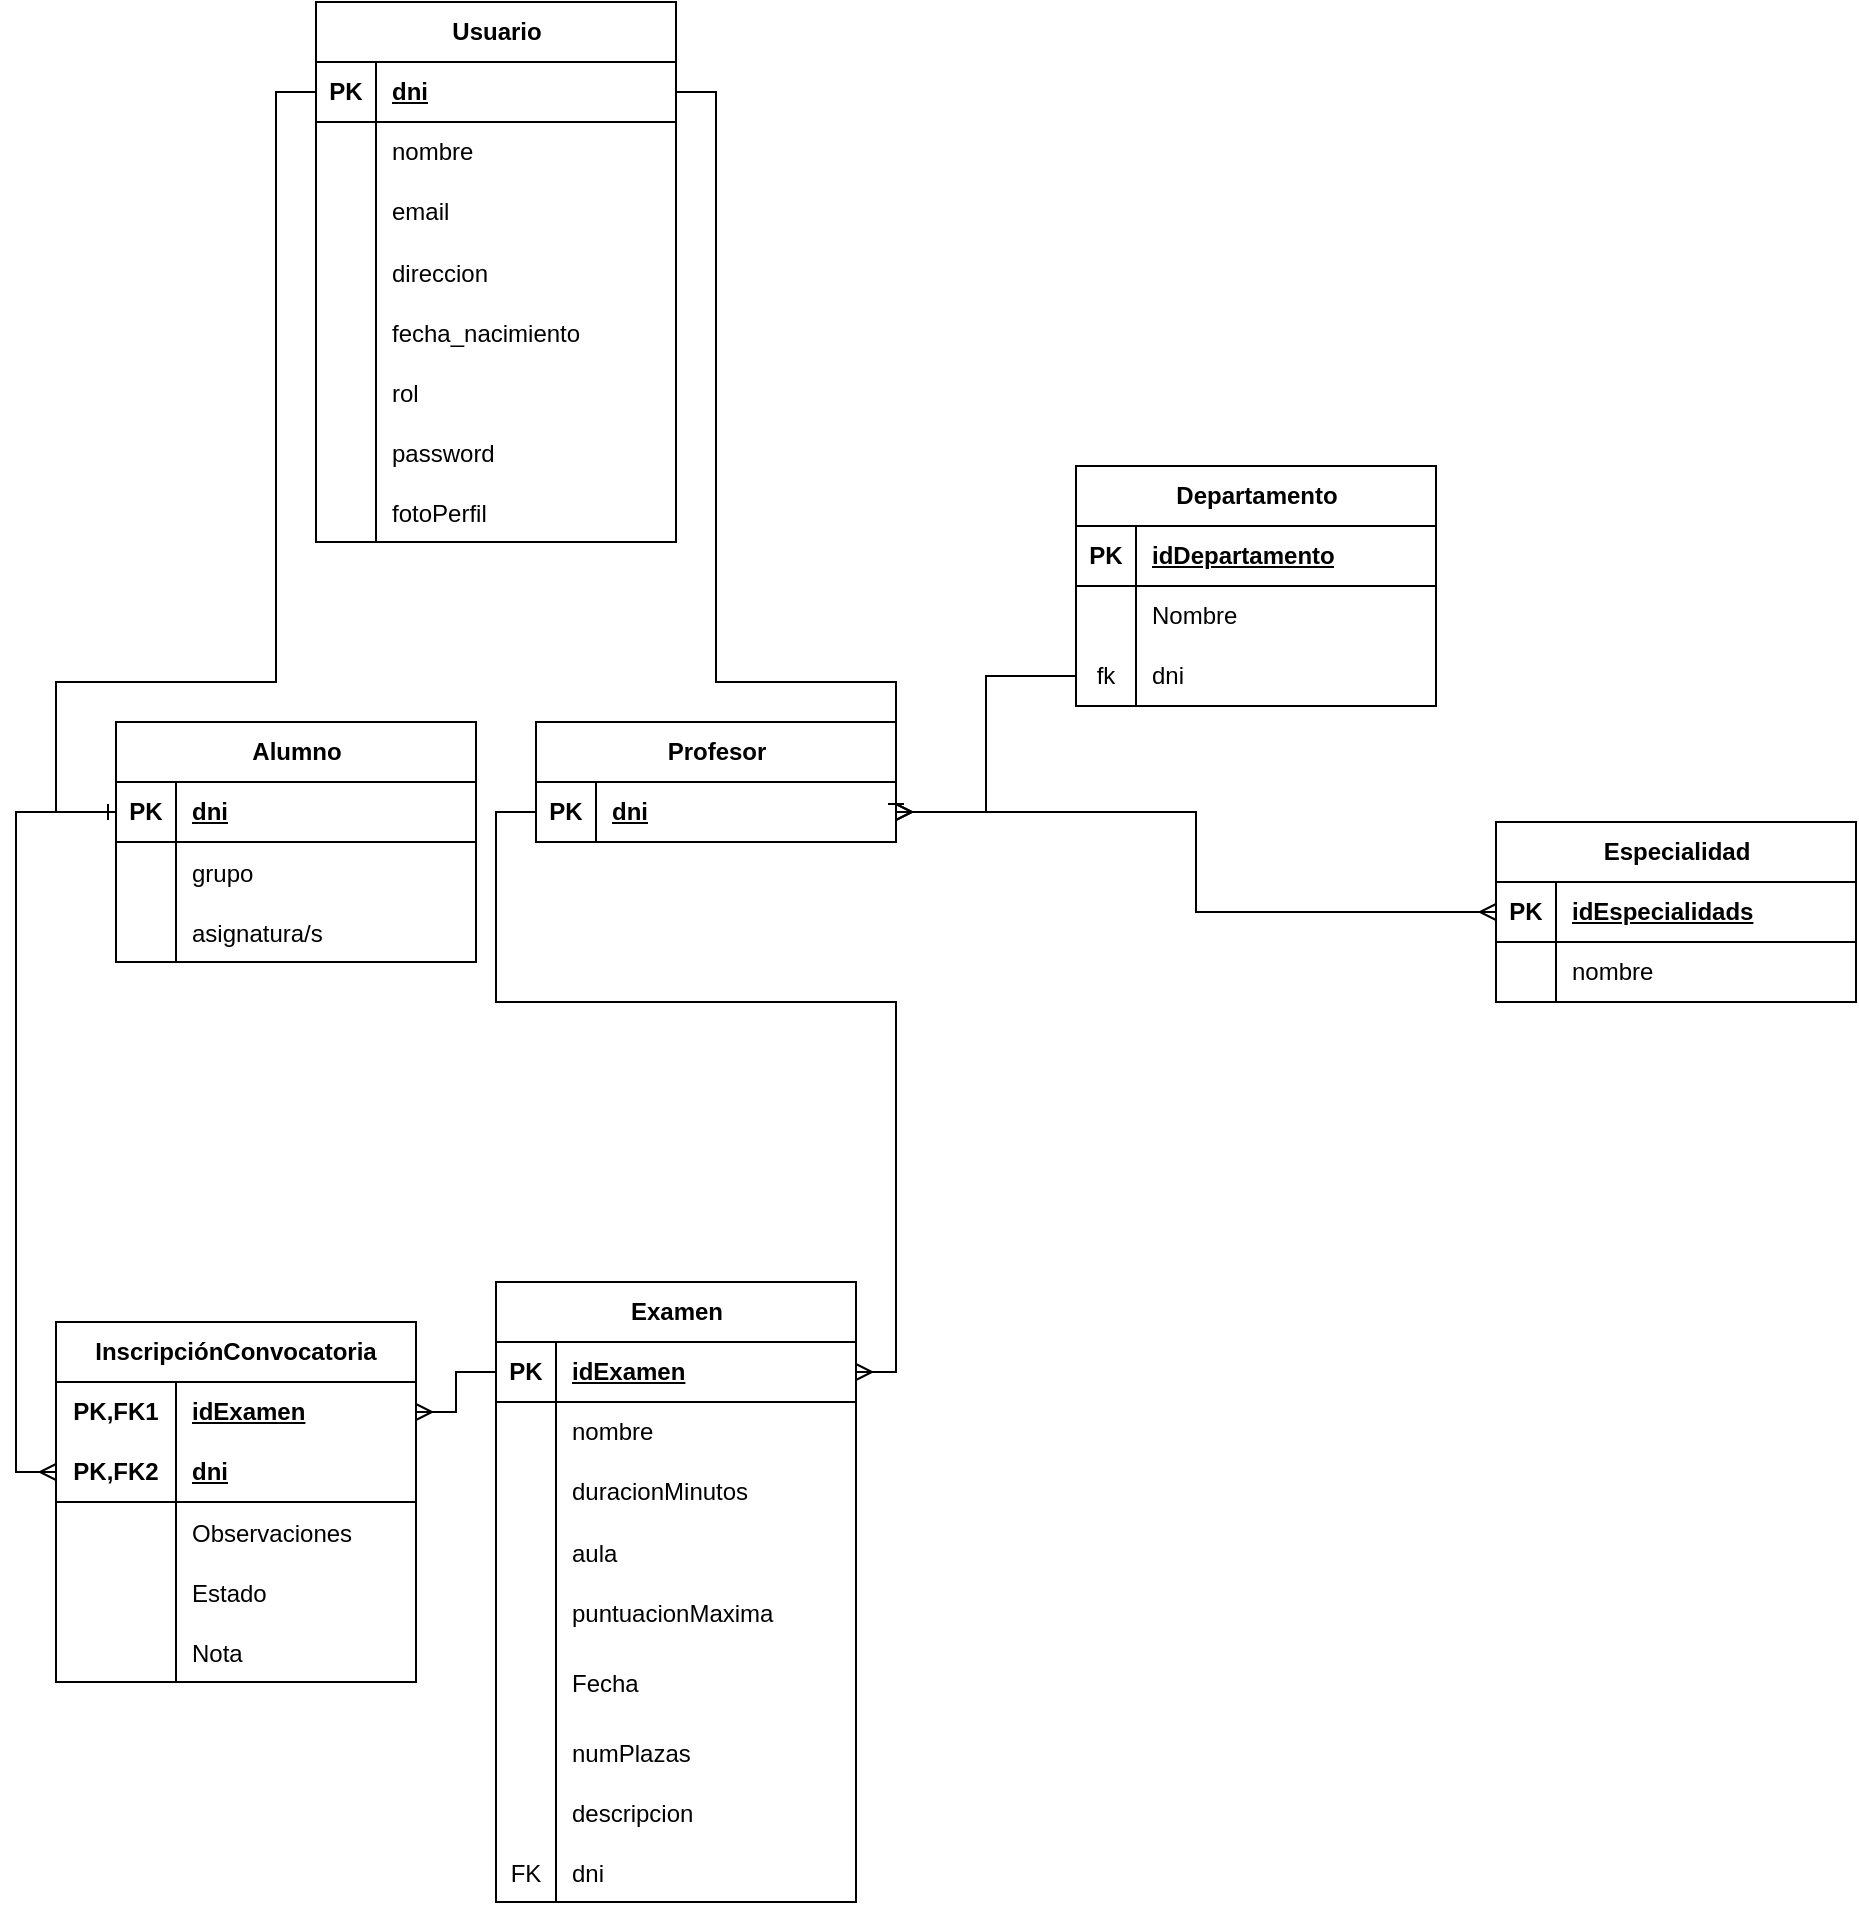
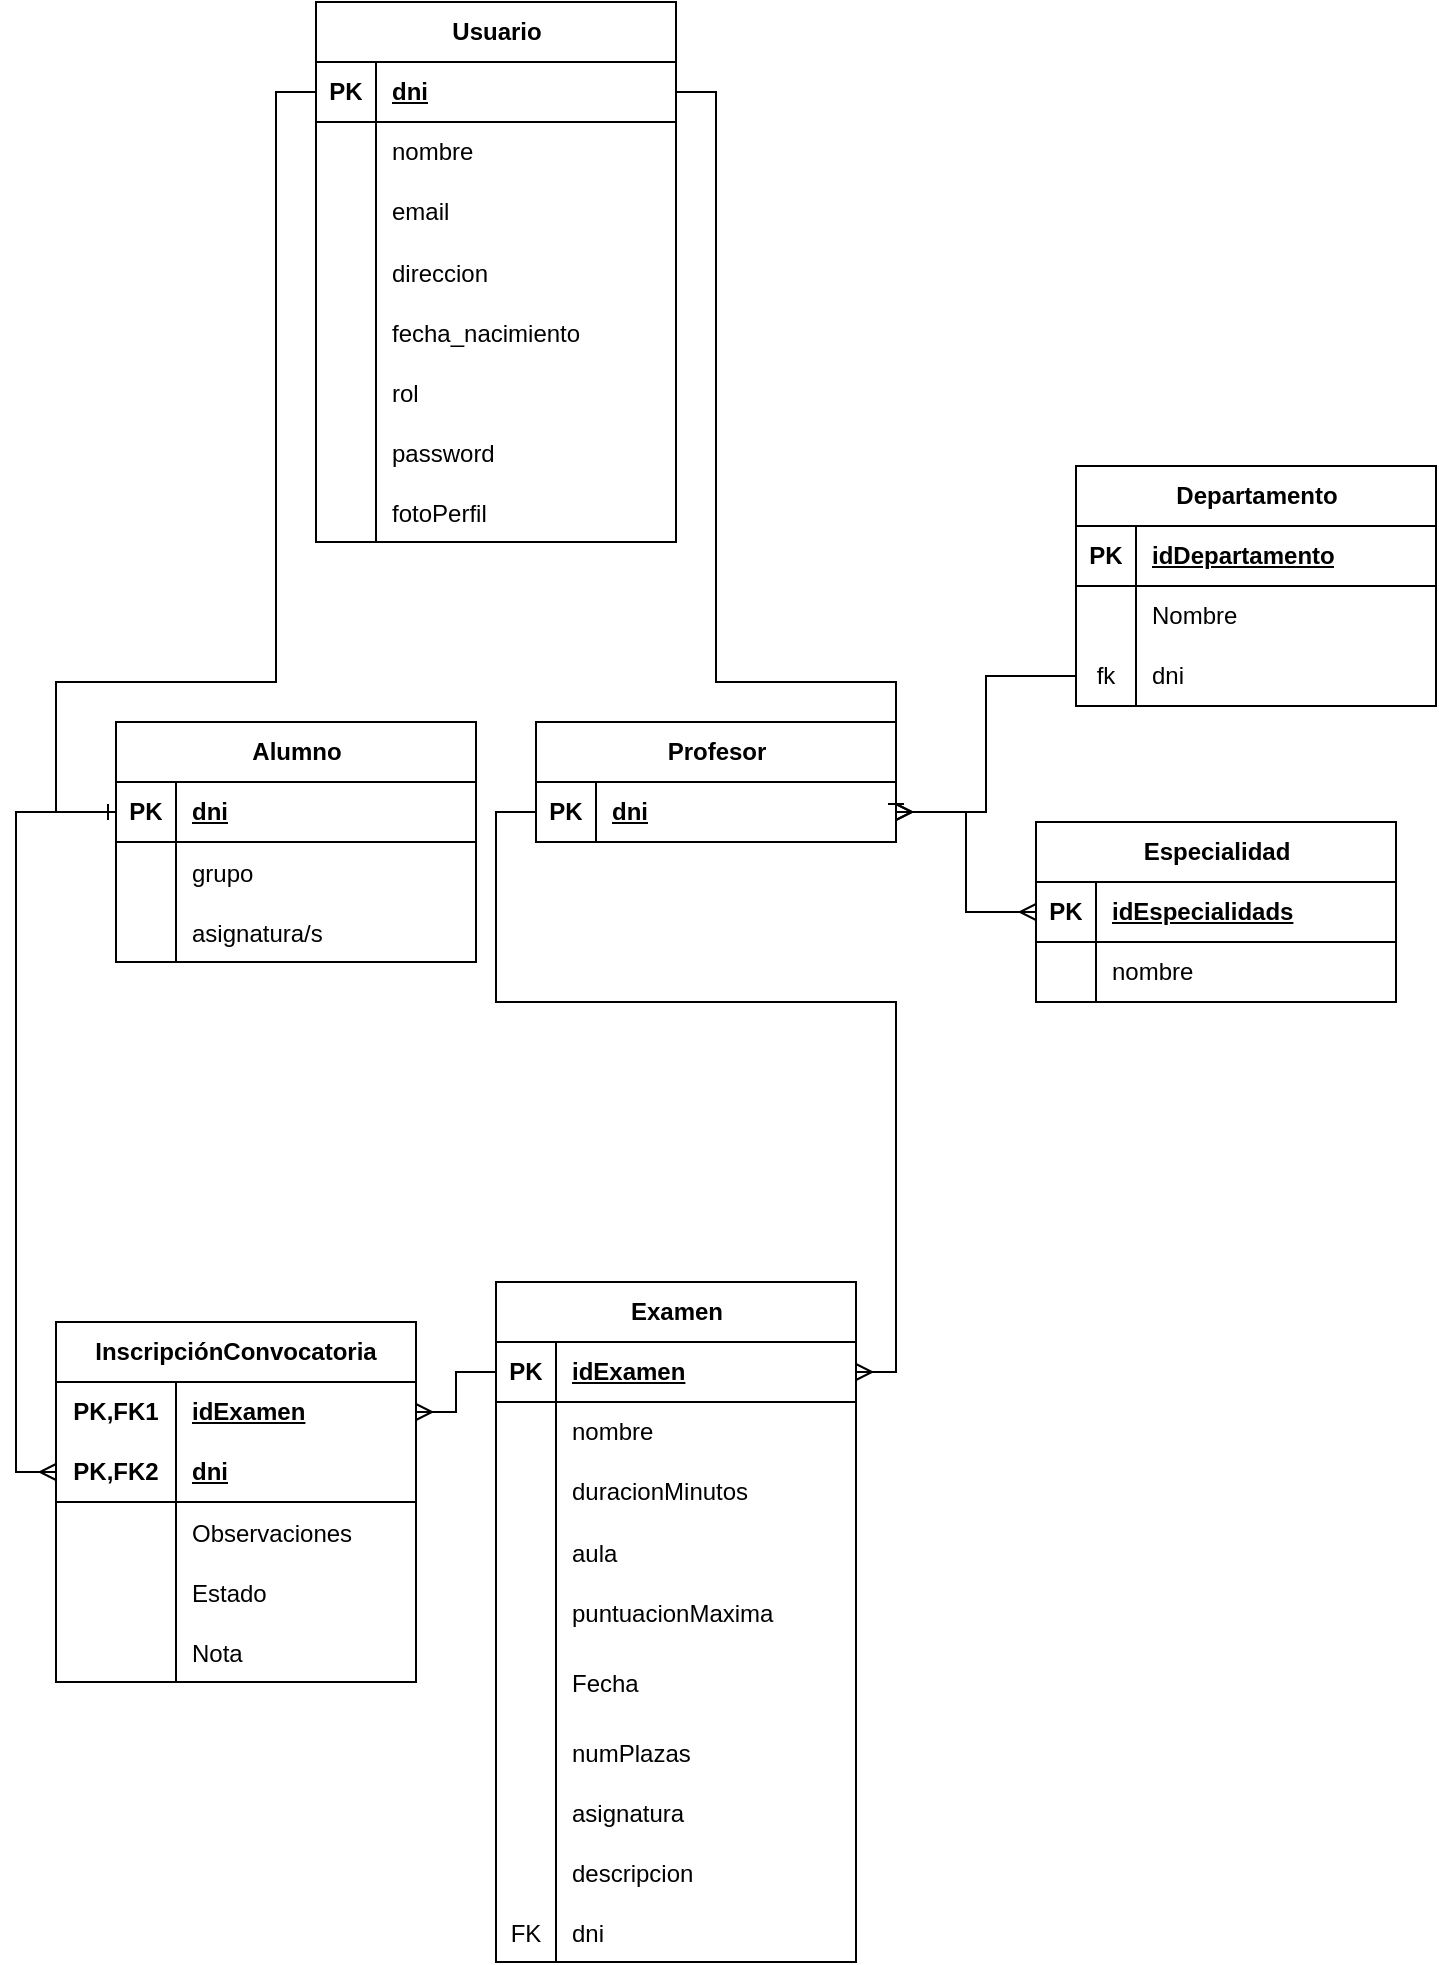
<mxfile host="Electron" agent="Mozilla/5.0 (Windows NT 10.0; Win64; x64) AppleWebKit/537.36 (KHTML, like Gecko) draw.io/29.6.6 Chrome/144.0.7559.236 Electron/40.8.4 Safari/537.36" version="29.6.6">
  <diagram name="Page-1" id="dYO-ddt7ie_Nl0yzLC1a">
-     <mxGraphModel dx="1584" dy="981" grid="1" gridSize="10" guides="1" tooltips="1" connect="1" arrows="1" fold="1" page="1" pageScale="1" pageWidth="2000" pageHeight="2000" math="0" shadow="0">
+     <mxGraphModel dx="779" dy="963" grid="1" gridSize="10" guides="1" tooltips="1" connect="1" arrows="1" fold="1" page="1" pageScale="1" pageWidth="2000" pageHeight="2000" math="0" shadow="0">
      <root>
        <mxCell id="0" />
        <mxCell id="1" parent="0" />
        <mxCell id="7ocu6WVE3d1pCKjjpxMC-1" parent="1" style="shape=table;startSize=30;container=1;collapsible=1;childLayout=tableLayout;fixedRows=1;rowLines=0;fontStyle=1;align=center;resizeLast=1;html=1;" value="Examen" vertex="1">
-           <mxGeometry height="310" width="180" x="820" y="740" as="geometry" />
+           <mxGeometry height="340" width="180" x="820" y="740" as="geometry" />
        </mxCell>
        <mxCell id="7ocu6WVE3d1pCKjjpxMC-2" parent="7ocu6WVE3d1pCKjjpxMC-1" style="shape=tableRow;horizontal=0;startSize=0;swimlaneHead=0;swimlaneBody=0;fillColor=none;collapsible=0;dropTarget=0;points=[[0,0.5],[1,0.5]];portConstraint=eastwest;top=0;left=0;right=0;bottom=1;" value="" vertex="1">
          <mxGeometry height="30" width="180" y="30" as="geometry" />
        </mxCell>
        <mxCell id="7ocu6WVE3d1pCKjjpxMC-3" parent="7ocu6WVE3d1pCKjjpxMC-2" style="shape=partialRectangle;connectable=0;fillColor=none;top=0;left=0;bottom=0;right=0;fontStyle=1;overflow=hidden;whiteSpace=wrap;html=1;" value="PK" vertex="1">
          <mxGeometry height="30" width="30" as="geometry">
            <mxRectangle height="30" width="30" as="alternateBounds" />
          </mxGeometry>
        </mxCell>
        <mxCell id="7ocu6WVE3d1pCKjjpxMC-4" parent="7ocu6WVE3d1pCKjjpxMC-2" style="shape=partialRectangle;connectable=0;fillColor=none;top=0;left=0;bottom=0;right=0;align=left;spacingLeft=6;fontStyle=5;overflow=hidden;whiteSpace=wrap;html=1;" value="idExamen" vertex="1">
          <mxGeometry height="30" width="150" x="30" as="geometry">
            <mxRectangle height="30" width="150" as="alternateBounds" />
          </mxGeometry>
        </mxCell>
        <mxCell id="7ocu6WVE3d1pCKjjpxMC-5" parent="7ocu6WVE3d1pCKjjpxMC-1" style="shape=tableRow;horizontal=0;startSize=0;swimlaneHead=0;swimlaneBody=0;fillColor=none;collapsible=0;dropTarget=0;points=[[0,0.5],[1,0.5]];portConstraint=eastwest;top=0;left=0;right=0;bottom=0;" value="" vertex="1">
          <mxGeometry height="30" width="180" y="60" as="geometry" />
        </mxCell>
        <mxCell id="7ocu6WVE3d1pCKjjpxMC-6" parent="7ocu6WVE3d1pCKjjpxMC-5" style="shape=partialRectangle;connectable=0;fillColor=none;top=0;left=0;bottom=0;right=0;editable=1;overflow=hidden;whiteSpace=wrap;html=1;" value="" vertex="1">
          <mxGeometry height="30" width="30" as="geometry">
            <mxRectangle height="30" width="30" as="alternateBounds" />
          </mxGeometry>
        </mxCell>
        <mxCell id="7ocu6WVE3d1pCKjjpxMC-7" parent="7ocu6WVE3d1pCKjjpxMC-5" style="shape=partialRectangle;connectable=0;fillColor=none;top=0;left=0;bottom=0;right=0;align=left;spacingLeft=6;overflow=hidden;whiteSpace=wrap;html=1;" value="nombre" vertex="1">
          <mxGeometry height="30" width="150" x="30" as="geometry">
            <mxRectangle height="30" width="150" as="alternateBounds" />
          </mxGeometry>
        </mxCell>
        <mxCell id="7ocu6WVE3d1pCKjjpxMC-11" parent="7ocu6WVE3d1pCKjjpxMC-1" style="shape=tableRow;horizontal=0;startSize=0;swimlaneHead=0;swimlaneBody=0;fillColor=none;collapsible=0;dropTarget=0;points=[[0,0.5],[1,0.5]];portConstraint=eastwest;top=0;left=0;right=0;bottom=0;" value="" vertex="1">
          <mxGeometry height="30" width="180" y="90" as="geometry" />
        </mxCell>
        <mxCell id="7ocu6WVE3d1pCKjjpxMC-12" parent="7ocu6WVE3d1pCKjjpxMC-11" style="shape=partialRectangle;connectable=0;fillColor=none;top=0;left=0;bottom=0;right=0;editable=1;overflow=hidden;whiteSpace=wrap;html=1;" value="" vertex="1">
          <mxGeometry height="30" width="30" as="geometry">
            <mxRectangle height="30" width="30" as="alternateBounds" />
          </mxGeometry>
        </mxCell>
        <mxCell id="7ocu6WVE3d1pCKjjpxMC-13" parent="7ocu6WVE3d1pCKjjpxMC-11" style="shape=partialRectangle;connectable=0;fillColor=none;top=0;left=0;bottom=0;right=0;align=left;spacingLeft=6;overflow=hidden;whiteSpace=wrap;html=1;" value="duracionMinutos" vertex="1">
          <mxGeometry height="30" width="150" x="30" as="geometry">
            <mxRectangle height="30" width="150" as="alternateBounds" />
          </mxGeometry>
        </mxCell>
        <mxCell id="uvC4rZMTxU2wUTEsViZM-7" parent="7ocu6WVE3d1pCKjjpxMC-1" style="shape=tableRow;horizontal=0;startSize=0;swimlaneHead=0;swimlaneBody=0;fillColor=none;collapsible=0;dropTarget=0;points=[[0,0.5],[1,0.5]];portConstraint=eastwest;top=0;left=0;right=0;bottom=0;" value="" vertex="1">
          <mxGeometry height="30" width="180" y="120" as="geometry" />
        </mxCell>
        <mxCell id="uvC4rZMTxU2wUTEsViZM-8" parent="uvC4rZMTxU2wUTEsViZM-7" style="shape=partialRectangle;connectable=0;fillColor=none;top=0;left=0;bottom=0;right=0;editable=1;overflow=hidden;" value="" vertex="1">
          <mxGeometry height="30" width="30" as="geometry">
            <mxRectangle height="30" width="30" as="alternateBounds" />
          </mxGeometry>
        </mxCell>
        <mxCell id="uvC4rZMTxU2wUTEsViZM-9" parent="uvC4rZMTxU2wUTEsViZM-7" style="shape=partialRectangle;connectable=0;fillColor=none;top=0;left=0;bottom=0;right=0;align=left;spacingLeft=6;overflow=hidden;" value="aula" vertex="1">
          <mxGeometry height="30" width="150" x="30" as="geometry">
            <mxRectangle height="30" width="150" as="alternateBounds" />
          </mxGeometry>
        </mxCell>
        <mxCell id="7ocu6WVE3d1pCKjjpxMC-14" parent="7ocu6WVE3d1pCKjjpxMC-1" style="shape=tableRow;horizontal=0;startSize=0;swimlaneHead=0;swimlaneBody=0;fillColor=none;collapsible=0;dropTarget=0;points=[[0,0.5],[1,0.5]];portConstraint=eastwest;top=0;left=0;right=0;bottom=0;" value="" vertex="1">
          <mxGeometry height="30" width="180" y="150" as="geometry" />
        </mxCell>
        <mxCell id="7ocu6WVE3d1pCKjjpxMC-15" parent="7ocu6WVE3d1pCKjjpxMC-14" style="shape=partialRectangle;connectable=0;fillColor=none;top=0;left=0;bottom=0;right=0;editable=1;overflow=hidden;" value="" vertex="1">
          <mxGeometry height="30" width="30" as="geometry">
            <mxRectangle height="30" width="30" as="alternateBounds" />
          </mxGeometry>
        </mxCell>
        <mxCell id="7ocu6WVE3d1pCKjjpxMC-16" parent="7ocu6WVE3d1pCKjjpxMC-14" style="shape=partialRectangle;connectable=0;fillColor=none;top=0;left=0;bottom=0;right=0;align=left;spacingLeft=6;overflow=hidden;" value="puntuacionMaxima" vertex="1">
          <mxGeometry height="30" width="150" x="30" as="geometry">
            <mxRectangle height="30" width="150" as="alternateBounds" />
          </mxGeometry>
        </mxCell>
        <mxCell id="7ocu6WVE3d1pCKjjpxMC-17" parent="7ocu6WVE3d1pCKjjpxMC-1" style="shape=tableRow;horizontal=0;startSize=0;swimlaneHead=0;swimlaneBody=0;fillColor=none;collapsible=0;dropTarget=0;points=[[0,0.5],[1,0.5]];portConstraint=eastwest;top=0;left=0;right=0;bottom=0;" value="" vertex="1">
          <mxGeometry height="40" width="180" y="180" as="geometry" />
        </mxCell>
        <mxCell id="7ocu6WVE3d1pCKjjpxMC-18" parent="7ocu6WVE3d1pCKjjpxMC-17" style="shape=partialRectangle;connectable=0;fillColor=none;top=0;left=0;bottom=0;right=0;editable=1;overflow=hidden;" value="" vertex="1">
          <mxGeometry height="40" width="30" as="geometry">
            <mxRectangle height="40" width="30" as="alternateBounds" />
          </mxGeometry>
        </mxCell>
        <mxCell id="7ocu6WVE3d1pCKjjpxMC-19" parent="7ocu6WVE3d1pCKjjpxMC-17" style="shape=partialRectangle;connectable=0;fillColor=none;top=0;left=0;bottom=0;right=0;align=left;spacingLeft=6;overflow=hidden;" value="Fecha" vertex="1">
          <mxGeometry height="40" width="150" x="30" as="geometry">
            <mxRectangle height="40" width="150" as="alternateBounds" />
          </mxGeometry>
        </mxCell>
        <mxCell id="uvC4rZMTxU2wUTEsViZM-15" parent="7ocu6WVE3d1pCKjjpxMC-1" style="shape=tableRow;horizontal=0;startSize=0;swimlaneHead=0;swimlaneBody=0;fillColor=none;collapsible=0;dropTarget=0;points=[[0,0.5],[1,0.5]];portConstraint=eastwest;top=0;left=0;right=0;bottom=0;" value="" vertex="1">
          <mxGeometry height="30" width="180" y="220" as="geometry" />
        </mxCell>
        <mxCell id="uvC4rZMTxU2wUTEsViZM-16" parent="uvC4rZMTxU2wUTEsViZM-15" style="shape=partialRectangle;connectable=0;fillColor=none;top=0;left=0;bottom=0;right=0;editable=1;overflow=hidden;" value="" vertex="1">
          <mxGeometry height="30" width="30" as="geometry">
            <mxRectangle height="30" width="30" as="alternateBounds" />
          </mxGeometry>
        </mxCell>
        <mxCell id="uvC4rZMTxU2wUTEsViZM-17" parent="uvC4rZMTxU2wUTEsViZM-15" style="shape=partialRectangle;connectable=0;fillColor=none;top=0;left=0;bottom=0;right=0;align=left;spacingLeft=6;overflow=hidden;" value="numPlazas" vertex="1">
          <mxGeometry height="30" width="150" x="30" as="geometry">
            <mxRectangle height="30" width="150" as="alternateBounds" />
          </mxGeometry>
        </mxCell>
+         <mxCell id="OugPKNWYor6GMOIcfPqf-41" parent="7ocu6WVE3d1pCKjjpxMC-1" style="shape=tableRow;horizontal=0;startSize=0;swimlaneHead=0;swimlaneBody=0;fillColor=none;collapsible=0;dropTarget=0;points=[[0,0.5],[1,0.5]];portConstraint=eastwest;top=0;left=0;right=0;bottom=0;" value="" vertex="1">
+           <mxGeometry height="30" width="180" y="250" as="geometry" />
+         </mxCell>
+         <mxCell id="OugPKNWYor6GMOIcfPqf-42" parent="OugPKNWYor6GMOIcfPqf-41" style="shape=partialRectangle;connectable=0;fillColor=none;top=0;left=0;bottom=0;right=0;editable=1;overflow=hidden;" value="" vertex="1">
+           <mxGeometry height="30" width="30" as="geometry">
+             <mxRectangle height="30" width="30" as="alternateBounds" />
+           </mxGeometry>
+         </mxCell>
+         <mxCell id="OugPKNWYor6GMOIcfPqf-43" parent="OugPKNWYor6GMOIcfPqf-41" style="shape=partialRectangle;connectable=0;fillColor=none;top=0;left=0;bottom=0;right=0;align=left;spacingLeft=6;overflow=hidden;" value="asignatura" vertex="1">
+           <mxGeometry height="30" width="150" x="30" as="geometry">
+             <mxRectangle height="30" width="150" as="alternateBounds" />
+           </mxGeometry>
+         </mxCell>
        <mxCell id="4-CCKCk8GXyzabbzSnG_-1" parent="7ocu6WVE3d1pCKjjpxMC-1" style="shape=tableRow;horizontal=0;startSize=0;swimlaneHead=0;swimlaneBody=0;fillColor=none;collapsible=0;dropTarget=0;points=[[0,0.5],[1,0.5]];portConstraint=eastwest;top=0;left=0;right=0;bottom=0;" value="" vertex="1">
-           <mxGeometry height="30" width="180" y="250" as="geometry" />
+           <mxGeometry height="30" width="180" y="280" as="geometry" />
        </mxCell>
        <mxCell id="4-CCKCk8GXyzabbzSnG_-2" parent="4-CCKCk8GXyzabbzSnG_-1" style="shape=partialRectangle;connectable=0;fillColor=none;top=0;left=0;bottom=0;right=0;editable=1;overflow=hidden;" value="" vertex="1">
          <mxGeometry height="30" width="30" as="geometry">
            <mxRectangle height="30" width="30" as="alternateBounds" />
          </mxGeometry>
        </mxCell>
        <mxCell id="4-CCKCk8GXyzabbzSnG_-3" parent="4-CCKCk8GXyzabbzSnG_-1" style="shape=partialRectangle;connectable=0;fillColor=none;top=0;left=0;bottom=0;right=0;align=left;spacingLeft=6;overflow=hidden;" value="descripcion" vertex="1">
          <mxGeometry height="30" width="150" x="30" as="geometry">
            <mxRectangle height="30" width="150" as="alternateBounds" />
          </mxGeometry>
        </mxCell>
        <mxCell id="7ocu6WVE3d1pCKjjpxMC-95" parent="7ocu6WVE3d1pCKjjpxMC-1" style="shape=tableRow;horizontal=0;startSize=0;swimlaneHead=0;swimlaneBody=0;fillColor=none;collapsible=0;dropTarget=0;points=[[0,0.5],[1,0.5]];portConstraint=eastwest;top=0;left=0;right=0;bottom=0;" value="" vertex="1">
-           <mxGeometry height="30" width="180" y="280" as="geometry" />
+           <mxGeometry height="30" width="180" y="310" as="geometry" />
        </mxCell>
        <mxCell id="7ocu6WVE3d1pCKjjpxMC-96" parent="7ocu6WVE3d1pCKjjpxMC-95" style="shape=partialRectangle;connectable=0;fillColor=none;top=0;left=0;bottom=0;right=0;editable=1;overflow=hidden;" value="FK" vertex="1">
          <mxGeometry height="30" width="30" as="geometry">
            <mxRectangle height="30" width="30" as="alternateBounds" />
          </mxGeometry>
        </mxCell>
        <mxCell id="7ocu6WVE3d1pCKjjpxMC-97" parent="7ocu6WVE3d1pCKjjpxMC-95" style="shape=partialRectangle;connectable=0;fillColor=none;top=0;left=0;bottom=0;right=0;align=left;spacingLeft=6;overflow=hidden;" value="dni" vertex="1">
          <mxGeometry height="30" width="150" x="30" as="geometry">
            <mxRectangle height="30" width="150" as="alternateBounds" />
          </mxGeometry>
        </mxCell>
        <mxCell id="7ocu6WVE3d1pCKjjpxMC-23" parent="1" style="shape=table;startSize=30;container=1;collapsible=1;childLayout=tableLayout;fixedRows=1;rowLines=0;fontStyle=1;align=center;resizeLast=1;html=1;" value="Alumno" vertex="1">
          <mxGeometry height="120" width="180" x="630" y="460" as="geometry" />
        </mxCell>
        <mxCell id="7ocu6WVE3d1pCKjjpxMC-24" parent="7ocu6WVE3d1pCKjjpxMC-23" style="shape=tableRow;horizontal=0;startSize=0;swimlaneHead=0;swimlaneBody=0;fillColor=none;collapsible=0;dropTarget=0;points=[[0,0.5],[1,0.5]];portConstraint=eastwest;top=0;left=0;right=0;bottom=1;" value="" vertex="1">
          <mxGeometry height="30" width="180" y="30" as="geometry" />
        </mxCell>
        <mxCell id="7ocu6WVE3d1pCKjjpxMC-25" parent="7ocu6WVE3d1pCKjjpxMC-24" style="shape=partialRectangle;connectable=0;fillColor=none;top=0;left=0;bottom=0;right=0;fontStyle=1;overflow=hidden;whiteSpace=wrap;html=1;" value="PK" vertex="1">
          <mxGeometry height="30" width="30" as="geometry">
            <mxRectangle height="30" width="30" as="alternateBounds" />
          </mxGeometry>
        </mxCell>
        <mxCell id="7ocu6WVE3d1pCKjjpxMC-26" parent="7ocu6WVE3d1pCKjjpxMC-24" style="shape=partialRectangle;connectable=0;fillColor=none;top=0;left=0;bottom=0;right=0;align=left;spacingLeft=6;fontStyle=5;overflow=hidden;whiteSpace=wrap;html=1;" value="dni" vertex="1">
          <mxGeometry height="30" width="150" x="30" as="geometry">
            <mxRectangle height="30" width="150" as="alternateBounds" />
          </mxGeometry>
        </mxCell>
        <mxCell id="7ocu6WVE3d1pCKjjpxMC-36" parent="7ocu6WVE3d1pCKjjpxMC-23" style="shape=tableRow;horizontal=0;startSize=0;swimlaneHead=0;swimlaneBody=0;fillColor=none;collapsible=0;dropTarget=0;points=[[0,0.5],[1,0.5]];portConstraint=eastwest;top=0;left=0;right=0;bottom=0;" value="" vertex="1">
          <mxGeometry height="30" width="180" y="60" as="geometry" />
        </mxCell>
        <mxCell id="7ocu6WVE3d1pCKjjpxMC-37" parent="7ocu6WVE3d1pCKjjpxMC-36" style="shape=partialRectangle;connectable=0;fillColor=none;top=0;left=0;bottom=0;right=0;editable=1;overflow=hidden;" value="" vertex="1">
          <mxGeometry height="30" width="30" as="geometry">
            <mxRectangle height="30" width="30" as="alternateBounds" />
          </mxGeometry>
        </mxCell>
        <mxCell id="7ocu6WVE3d1pCKjjpxMC-38" parent="7ocu6WVE3d1pCKjjpxMC-36" style="shape=partialRectangle;connectable=0;fillColor=none;top=0;left=0;bottom=0;right=0;align=left;spacingLeft=6;overflow=hidden;" value="grupo" vertex="1">
          <mxGeometry height="30" width="150" x="30" as="geometry">
            <mxRectangle height="30" width="150" as="alternateBounds" />
          </mxGeometry>
        </mxCell>
        <mxCell id="0DknFnAyPK1vhAunHpRt-1" parent="7ocu6WVE3d1pCKjjpxMC-23" style="shape=tableRow;horizontal=0;startSize=0;swimlaneHead=0;swimlaneBody=0;fillColor=none;collapsible=0;dropTarget=0;points=[[0,0.5],[1,0.5]];portConstraint=eastwest;top=0;left=0;right=0;bottom=0;" value="" vertex="1">
          <mxGeometry height="30" width="180" y="90" as="geometry" />
        </mxCell>
        <mxCell id="0DknFnAyPK1vhAunHpRt-2" parent="0DknFnAyPK1vhAunHpRt-1" style="shape=partialRectangle;connectable=0;fillColor=none;top=0;left=0;bottom=0;right=0;editable=1;overflow=hidden;" value="" vertex="1">
          <mxGeometry height="30" width="30" as="geometry">
            <mxRectangle height="30" width="30" as="alternateBounds" />
          </mxGeometry>
        </mxCell>
        <mxCell id="0DknFnAyPK1vhAunHpRt-3" parent="0DknFnAyPK1vhAunHpRt-1" style="shape=partialRectangle;connectable=0;fillColor=none;top=0;left=0;bottom=0;right=0;align=left;spacingLeft=6;overflow=hidden;" value="asignatura/s" vertex="1">
          <mxGeometry height="30" width="150" x="30" as="geometry">
            <mxRectangle height="30" width="150" as="alternateBounds" />
          </mxGeometry>
        </mxCell>
        <mxCell id="7ocu6WVE3d1pCKjjpxMC-39" parent="1" style="shape=table;startSize=30;container=1;collapsible=1;childLayout=tableLayout;fixedRows=1;rowLines=0;fontStyle=1;align=center;resizeLast=1;html=1;" value="Profesor" vertex="1">
          <mxGeometry height="60" width="180" x="840" y="460" as="geometry" />
        </mxCell>
        <mxCell id="7ocu6WVE3d1pCKjjpxMC-40" parent="7ocu6WVE3d1pCKjjpxMC-39" style="shape=tableRow;horizontal=0;startSize=0;swimlaneHead=0;swimlaneBody=0;fillColor=none;collapsible=0;dropTarget=0;points=[[0,0.5],[1,0.5]];portConstraint=eastwest;top=0;left=0;right=0;bottom=1;" value="" vertex="1">
          <mxGeometry height="30" width="180" y="30" as="geometry" />
        </mxCell>
        <mxCell id="7ocu6WVE3d1pCKjjpxMC-41" parent="7ocu6WVE3d1pCKjjpxMC-40" style="shape=partialRectangle;connectable=0;fillColor=none;top=0;left=0;bottom=0;right=0;fontStyle=1;overflow=hidden;whiteSpace=wrap;html=1;" value="PK" vertex="1">
          <mxGeometry height="30" width="30" as="geometry">
            <mxRectangle height="30" width="30" as="alternateBounds" />
          </mxGeometry>
        </mxCell>
        <mxCell id="7ocu6WVE3d1pCKjjpxMC-42" parent="7ocu6WVE3d1pCKjjpxMC-40" style="shape=partialRectangle;connectable=0;fillColor=none;top=0;left=0;bottom=0;right=0;align=left;spacingLeft=6;fontStyle=5;overflow=hidden;whiteSpace=wrap;html=1;" value="dni" vertex="1">
          <mxGeometry height="30" width="150" x="30" as="geometry">
            <mxRectangle height="30" width="150" as="alternateBounds" />
          </mxGeometry>
        </mxCell>
        <mxCell id="7ocu6WVE3d1pCKjjpxMC-52" parent="1" style="shape=table;startSize=30;container=1;collapsible=1;childLayout=tableLayout;fixedRows=1;rowLines=0;fontStyle=1;align=center;resizeLast=1;html=1;" value="Usuario" vertex="1">
          <mxGeometry height="270" width="180" x="730" y="100" as="geometry" />
        </mxCell>
        <mxCell id="7ocu6WVE3d1pCKjjpxMC-53" parent="7ocu6WVE3d1pCKjjpxMC-52" style="shape=tableRow;horizontal=0;startSize=0;swimlaneHead=0;swimlaneBody=0;fillColor=none;collapsible=0;dropTarget=0;points=[[0,0.5],[1,0.5]];portConstraint=eastwest;top=0;left=0;right=0;bottom=1;" value="" vertex="1">
          <mxGeometry height="30" width="180" y="30" as="geometry" />
        </mxCell>
        <mxCell id="7ocu6WVE3d1pCKjjpxMC-54" parent="7ocu6WVE3d1pCKjjpxMC-53" style="shape=partialRectangle;connectable=0;fillColor=none;top=0;left=0;bottom=0;right=0;fontStyle=1;overflow=hidden;whiteSpace=wrap;html=1;" value="PK" vertex="1">
          <mxGeometry height="30" width="30" as="geometry">
            <mxRectangle height="30" width="30" as="alternateBounds" />
          </mxGeometry>
        </mxCell>
        <mxCell id="7ocu6WVE3d1pCKjjpxMC-55" parent="7ocu6WVE3d1pCKjjpxMC-53" style="shape=partialRectangle;connectable=0;fillColor=none;top=0;left=0;bottom=0;right=0;align=left;spacingLeft=6;fontStyle=5;overflow=hidden;whiteSpace=wrap;html=1;" value="dni" vertex="1">
          <mxGeometry height="30" width="150" x="30" as="geometry">
            <mxRectangle height="30" width="150" as="alternateBounds" />
          </mxGeometry>
        </mxCell>
        <mxCell id="7ocu6WVE3d1pCKjjpxMC-56" parent="7ocu6WVE3d1pCKjjpxMC-52" style="shape=tableRow;horizontal=0;startSize=0;swimlaneHead=0;swimlaneBody=0;fillColor=none;collapsible=0;dropTarget=0;points=[[0,0.5],[1,0.5]];portConstraint=eastwest;top=0;left=0;right=0;bottom=0;" value="" vertex="1">
          <mxGeometry height="30" width="180" y="60" as="geometry" />
        </mxCell>
        <mxCell id="7ocu6WVE3d1pCKjjpxMC-57" parent="7ocu6WVE3d1pCKjjpxMC-56" style="shape=partialRectangle;connectable=0;fillColor=none;top=0;left=0;bottom=0;right=0;editable=1;overflow=hidden;whiteSpace=wrap;html=1;" value="" vertex="1">
          <mxGeometry height="30" width="30" as="geometry">
            <mxRectangle height="30" width="30" as="alternateBounds" />
          </mxGeometry>
        </mxCell>
        <mxCell id="7ocu6WVE3d1pCKjjpxMC-58" parent="7ocu6WVE3d1pCKjjpxMC-56" style="shape=partialRectangle;connectable=0;fillColor=none;top=0;left=0;bottom=0;right=0;align=left;spacingLeft=6;overflow=hidden;whiteSpace=wrap;html=1;" value="nombre" vertex="1">
          <mxGeometry height="30" width="150" x="30" as="geometry">
            <mxRectangle height="30" width="150" as="alternateBounds" />
          </mxGeometry>
        </mxCell>
        <mxCell id="7ocu6WVE3d1pCKjjpxMC-59" parent="7ocu6WVE3d1pCKjjpxMC-52" style="shape=tableRow;horizontal=0;startSize=0;swimlaneHead=0;swimlaneBody=0;fillColor=none;collapsible=0;dropTarget=0;points=[[0,0.5],[1,0.5]];portConstraint=eastwest;top=0;left=0;right=0;bottom=0;" value="" vertex="1">
          <mxGeometry height="30" width="180" y="90" as="geometry" />
        </mxCell>
        <mxCell id="7ocu6WVE3d1pCKjjpxMC-60" parent="7ocu6WVE3d1pCKjjpxMC-59" style="shape=partialRectangle;connectable=0;fillColor=none;top=0;left=0;bottom=0;right=0;editable=1;overflow=hidden;whiteSpace=wrap;html=1;" value="" vertex="1">
          <mxGeometry height="30" width="30" as="geometry">
            <mxRectangle height="30" width="30" as="alternateBounds" />
          </mxGeometry>
        </mxCell>
        <mxCell id="7ocu6WVE3d1pCKjjpxMC-61" parent="7ocu6WVE3d1pCKjjpxMC-59" style="shape=partialRectangle;connectable=0;fillColor=none;top=0;left=0;bottom=0;right=0;align=left;spacingLeft=6;overflow=hidden;whiteSpace=wrap;html=1;" value="email" vertex="1">
          <mxGeometry height="30" width="150" x="30" as="geometry">
            <mxRectangle height="30" width="150" as="alternateBounds" />
          </mxGeometry>
        </mxCell>
        <mxCell id="7ocu6WVE3d1pCKjjpxMC-138" parent="7ocu6WVE3d1pCKjjpxMC-52" style="shape=tableRow;horizontal=0;startSize=0;swimlaneHead=0;swimlaneBody=0;fillColor=none;collapsible=0;dropTarget=0;points=[[0,0.5],[1,0.5]];portConstraint=eastwest;top=0;left=0;right=0;bottom=0;" value="" vertex="1">
          <mxGeometry height="30" width="180" y="120" as="geometry" />
        </mxCell>
        <mxCell id="7ocu6WVE3d1pCKjjpxMC-139" parent="7ocu6WVE3d1pCKjjpxMC-138" style="shape=partialRectangle;connectable=0;fillColor=none;top=0;left=0;bottom=0;right=0;editable=1;overflow=hidden;" value="" vertex="1">
          <mxGeometry height="30" width="30" as="geometry">
            <mxRectangle height="30" width="30" as="alternateBounds" />
          </mxGeometry>
        </mxCell>
        <mxCell id="7ocu6WVE3d1pCKjjpxMC-140" parent="7ocu6WVE3d1pCKjjpxMC-138" style="shape=partialRectangle;connectable=0;fillColor=none;top=0;left=0;bottom=0;right=0;align=left;spacingLeft=6;overflow=hidden;" value="direccion" vertex="1">
          <mxGeometry height="30" width="150" x="30" as="geometry">
            <mxRectangle height="30" width="150" as="alternateBounds" />
          </mxGeometry>
        </mxCell>
        <mxCell id="7ocu6WVE3d1pCKjjpxMC-104" parent="7ocu6WVE3d1pCKjjpxMC-52" style="shape=tableRow;horizontal=0;startSize=0;swimlaneHead=0;swimlaneBody=0;fillColor=none;collapsible=0;dropTarget=0;points=[[0,0.5],[1,0.5]];portConstraint=eastwest;top=0;left=0;right=0;bottom=0;" value="" vertex="1">
          <mxGeometry height="30" width="180" y="150" as="geometry" />
        </mxCell>
        <mxCell id="7ocu6WVE3d1pCKjjpxMC-105" parent="7ocu6WVE3d1pCKjjpxMC-104" style="shape=partialRectangle;connectable=0;fillColor=none;top=0;left=0;bottom=0;right=0;editable=1;overflow=hidden;" value="" vertex="1">
          <mxGeometry height="30" width="30" as="geometry">
            <mxRectangle height="30" width="30" as="alternateBounds" />
          </mxGeometry>
        </mxCell>
        <mxCell id="7ocu6WVE3d1pCKjjpxMC-106" parent="7ocu6WVE3d1pCKjjpxMC-104" style="shape=partialRectangle;connectable=0;fillColor=none;top=0;left=0;bottom=0;right=0;align=left;spacingLeft=6;overflow=hidden;" value="fecha_nacimiento" vertex="1">
          <mxGeometry height="30" width="150" x="30" as="geometry">
            <mxRectangle height="30" width="150" as="alternateBounds" />
          </mxGeometry>
        </mxCell>
        <mxCell id="7ocu6WVE3d1pCKjjpxMC-68" parent="7ocu6WVE3d1pCKjjpxMC-52" style="shape=tableRow;horizontal=0;startSize=0;swimlaneHead=0;swimlaneBody=0;fillColor=none;collapsible=0;dropTarget=0;points=[[0,0.5],[1,0.5]];portConstraint=eastwest;top=0;left=0;right=0;bottom=0;" value="" vertex="1">
          <mxGeometry height="30" width="180" y="180" as="geometry" />
        </mxCell>
        <mxCell id="7ocu6WVE3d1pCKjjpxMC-69" parent="7ocu6WVE3d1pCKjjpxMC-68" style="shape=partialRectangle;connectable=0;fillColor=none;top=0;left=0;bottom=0;right=0;editable=1;overflow=hidden;" value="" vertex="1">
          <mxGeometry height="30" width="30" as="geometry">
            <mxRectangle height="30" width="30" as="alternateBounds" />
          </mxGeometry>
        </mxCell>
        <mxCell id="7ocu6WVE3d1pCKjjpxMC-70" parent="7ocu6WVE3d1pCKjjpxMC-68" style="shape=partialRectangle;connectable=0;fillColor=none;top=0;left=0;bottom=0;right=0;align=left;spacingLeft=6;overflow=hidden;" value="rol" vertex="1">
          <mxGeometry height="30" width="150" x="30" as="geometry">
            <mxRectangle height="30" width="150" as="alternateBounds" />
          </mxGeometry>
        </mxCell>
        <mxCell id="25Z5QOih__v3db8tw0-Z-2" parent="7ocu6WVE3d1pCKjjpxMC-52" style="shape=tableRow;horizontal=0;startSize=0;swimlaneHead=0;swimlaneBody=0;fillColor=none;collapsible=0;dropTarget=0;points=[[0,0.5],[1,0.5]];portConstraint=eastwest;top=0;left=0;right=0;bottom=0;" value="" vertex="1">
          <mxGeometry height="30" width="180" y="210" as="geometry" />
        </mxCell>
        <mxCell id="25Z5QOih__v3db8tw0-Z-3" parent="25Z5QOih__v3db8tw0-Z-2" style="shape=partialRectangle;connectable=0;fillColor=none;top=0;left=0;bottom=0;right=0;editable=1;overflow=hidden;" value="" vertex="1">
          <mxGeometry height="30" width="30" as="geometry">
            <mxRectangle height="30" width="30" as="alternateBounds" />
          </mxGeometry>
        </mxCell>
        <mxCell id="25Z5QOih__v3db8tw0-Z-4" parent="25Z5QOih__v3db8tw0-Z-2" style="shape=partialRectangle;connectable=0;fillColor=none;top=0;left=0;bottom=0;right=0;align=left;spacingLeft=6;overflow=hidden;" value="password" vertex="1">
          <mxGeometry height="30" width="150" x="30" as="geometry">
            <mxRectangle height="30" width="150" as="alternateBounds" />
          </mxGeometry>
        </mxCell>
        <mxCell id="NgsYYJoftaudpQESqAQD-1" parent="7ocu6WVE3d1pCKjjpxMC-52" style="shape=tableRow;horizontal=0;startSize=0;swimlaneHead=0;swimlaneBody=0;fillColor=none;collapsible=0;dropTarget=0;points=[[0,0.5],[1,0.5]];portConstraint=eastwest;top=0;left=0;right=0;bottom=0;" value="" vertex="1">
          <mxGeometry height="30" width="180" y="240" as="geometry" />
        </mxCell>
        <mxCell id="NgsYYJoftaudpQESqAQD-2" parent="NgsYYJoftaudpQESqAQD-1" style="shape=partialRectangle;connectable=0;fillColor=none;top=0;left=0;bottom=0;right=0;editable=1;overflow=hidden;" value="" vertex="1">
          <mxGeometry height="30" width="30" as="geometry">
            <mxRectangle height="30" width="30" as="alternateBounds" />
          </mxGeometry>
        </mxCell>
        <mxCell id="NgsYYJoftaudpQESqAQD-3" parent="NgsYYJoftaudpQESqAQD-1" style="shape=partialRectangle;connectable=0;fillColor=none;top=0;left=0;bottom=0;right=0;align=left;spacingLeft=6;overflow=hidden;" value="fotoPerfil" vertex="1">
          <mxGeometry height="30" width="150" x="30" as="geometry">
            <mxRectangle height="30" width="150" as="alternateBounds" />
          </mxGeometry>
        </mxCell>
        <mxCell id="7ocu6WVE3d1pCKjjpxMC-66" edge="1" parent="1" source="7ocu6WVE3d1pCKjjpxMC-53" style="edgeStyle=orthogonalEdgeStyle;rounded=0;orthogonalLoop=1;jettySize=auto;html=1;exitX=0;exitY=0.5;exitDx=0;exitDy=0;entryX=0;entryY=0.5;entryDx=0;entryDy=0;endArrow=ERone;endFill=0;" target="7ocu6WVE3d1pCKjjpxMC-24">
          <mxGeometry relative="1" as="geometry">
            <Array as="points">
              <mxPoint x="710" y="145" />
              <mxPoint x="710" y="440" />
              <mxPoint x="600" y="440" />
              <mxPoint x="600" y="505" />
            </Array>
          </mxGeometry>
        </mxCell>
        <mxCell id="7ocu6WVE3d1pCKjjpxMC-67" edge="1" parent="1" source="7ocu6WVE3d1pCKjjpxMC-53" style="edgeStyle=orthogonalEdgeStyle;rounded=0;orthogonalLoop=1;jettySize=auto;html=1;exitX=1;exitY=0.5;exitDx=0;exitDy=0;entryX=1;entryY=0.5;entryDx=0;entryDy=0;endArrow=ERone;endFill=0;" target="7ocu6WVE3d1pCKjjpxMC-40">
          <mxGeometry relative="1" as="geometry">
            <Array as="points">
              <mxPoint x="930" y="145" />
              <mxPoint x="930" y="440" />
              <mxPoint x="1020" y="440" />
              <mxPoint x="1020" y="495" />
            </Array>
          </mxGeometry>
        </mxCell>
        <mxCell id="7ocu6WVE3d1pCKjjpxMC-94" edge="1" parent="1" source="7ocu6WVE3d1pCKjjpxMC-40" style="edgeStyle=orthogonalEdgeStyle;rounded=0;orthogonalLoop=1;jettySize=auto;html=1;entryX=1;entryY=0.5;entryDx=0;entryDy=0;endArrow=ERmany;endFill=0;exitX=0;exitY=0.5;exitDx=0;exitDy=0;" target="7ocu6WVE3d1pCKjjpxMC-2">
          <mxGeometry relative="1" as="geometry">
            <Array as="points">
              <mxPoint x="820" y="505" />
              <mxPoint x="820" y="600" />
              <mxPoint x="1020" y="600" />
              <mxPoint x="1020" y="785" />
            </Array>
            <mxPoint x="1050" y="580" as="sourcePoint" />
          </mxGeometry>
        </mxCell>
        <mxCell id="KuO97z0jG0dXGiFWksjj-14" parent="1" style="shape=table;startSize=30;container=1;collapsible=1;childLayout=tableLayout;fixedRows=1;rowLines=0;fontStyle=1;align=center;resizeLast=1;html=1;whiteSpace=wrap;" value="InscripciónConvocatoria" vertex="1">
          <mxGeometry height="180" width="180" x="600" y="760" as="geometry" />
        </mxCell>
        <mxCell id="KuO97z0jG0dXGiFWksjj-15" parent="KuO97z0jG0dXGiFWksjj-14" style="shape=tableRow;horizontal=0;startSize=0;swimlaneHead=0;swimlaneBody=0;fillColor=none;collapsible=0;dropTarget=0;points=[[0,0.5],[1,0.5]];portConstraint=eastwest;top=0;left=0;right=0;bottom=0;html=1;" value="" vertex="1">
          <mxGeometry height="30" width="180" y="30" as="geometry" />
        </mxCell>
        <mxCell id="KuO97z0jG0dXGiFWksjj-16" parent="KuO97z0jG0dXGiFWksjj-15" style="shape=partialRectangle;connectable=0;fillColor=none;top=0;left=0;bottom=0;right=0;fontStyle=1;overflow=hidden;html=1;whiteSpace=wrap;" value="PK,FK1" vertex="1">
          <mxGeometry height="30" width="60" as="geometry">
            <mxRectangle height="30" width="60" as="alternateBounds" />
          </mxGeometry>
        </mxCell>
        <mxCell id="KuO97z0jG0dXGiFWksjj-17" parent="KuO97z0jG0dXGiFWksjj-15" style="shape=partialRectangle;connectable=0;fillColor=none;top=0;left=0;bottom=0;right=0;align=left;spacingLeft=6;fontStyle=5;overflow=hidden;html=1;whiteSpace=wrap;" value="idExamen" vertex="1">
          <mxGeometry height="30" width="120" x="60" as="geometry">
            <mxRectangle height="30" width="120" as="alternateBounds" />
          </mxGeometry>
        </mxCell>
        <mxCell id="KuO97z0jG0dXGiFWksjj-18" parent="KuO97z0jG0dXGiFWksjj-14" style="shape=tableRow;horizontal=0;startSize=0;swimlaneHead=0;swimlaneBody=0;fillColor=none;collapsible=0;dropTarget=0;points=[[0,0.5],[1,0.5]];portConstraint=eastwest;top=0;left=0;right=0;bottom=1;html=1;" value="" vertex="1">
          <mxGeometry height="30" width="180" y="60" as="geometry" />
        </mxCell>
        <mxCell id="KuO97z0jG0dXGiFWksjj-19" parent="KuO97z0jG0dXGiFWksjj-18" style="shape=partialRectangle;connectable=0;fillColor=none;top=0;left=0;bottom=0;right=0;fontStyle=1;overflow=hidden;html=1;whiteSpace=wrap;" value="PK,FK2" vertex="1">
          <mxGeometry height="30" width="60" as="geometry">
            <mxRectangle height="30" width="60" as="alternateBounds" />
          </mxGeometry>
        </mxCell>
        <mxCell id="KuO97z0jG0dXGiFWksjj-20" parent="KuO97z0jG0dXGiFWksjj-18" style="shape=partialRectangle;connectable=0;fillColor=none;top=0;left=0;bottom=0;right=0;align=left;spacingLeft=6;fontStyle=5;overflow=hidden;html=1;whiteSpace=wrap;" value="dni" vertex="1">
          <mxGeometry height="30" width="120" x="60" as="geometry">
            <mxRectangle height="30" width="120" as="alternateBounds" />
          </mxGeometry>
        </mxCell>
        <mxCell id="uvC4rZMTxU2wUTEsViZM-1" parent="KuO97z0jG0dXGiFWksjj-14" style="shape=tableRow;horizontal=0;startSize=0;swimlaneHead=0;swimlaneBody=0;fillColor=none;collapsible=0;dropTarget=0;points=[[0,0.5],[1,0.5]];portConstraint=eastwest;top=0;left=0;right=0;bottom=0;" value="" vertex="1">
          <mxGeometry height="30" width="180" y="90" as="geometry" />
        </mxCell>
        <mxCell id="uvC4rZMTxU2wUTEsViZM-2" parent="uvC4rZMTxU2wUTEsViZM-1" style="shape=partialRectangle;connectable=0;fillColor=none;top=0;left=0;bottom=0;right=0;editable=1;overflow=hidden;" value="" vertex="1">
          <mxGeometry height="30" width="60" as="geometry">
            <mxRectangle height="30" width="60" as="alternateBounds" />
          </mxGeometry>
        </mxCell>
        <mxCell id="uvC4rZMTxU2wUTEsViZM-3" parent="uvC4rZMTxU2wUTEsViZM-1" style="shape=partialRectangle;connectable=0;fillColor=none;top=0;left=0;bottom=0;right=0;align=left;spacingLeft=6;overflow=hidden;" value="Observaciones" vertex="1">
          <mxGeometry height="30" width="120" x="60" as="geometry">
            <mxRectangle height="30" width="120" as="alternateBounds" />
          </mxGeometry>
        </mxCell>
        <mxCell id="uvC4rZMTxU2wUTEsViZM-4" parent="KuO97z0jG0dXGiFWksjj-14" style="shape=tableRow;horizontal=0;startSize=0;swimlaneHead=0;swimlaneBody=0;fillColor=none;collapsible=0;dropTarget=0;points=[[0,0.5],[1,0.5]];portConstraint=eastwest;top=0;left=0;right=0;bottom=0;" value="" vertex="1">
          <mxGeometry height="30" width="180" y="120" as="geometry" />
        </mxCell>
        <mxCell id="uvC4rZMTxU2wUTEsViZM-5" parent="uvC4rZMTxU2wUTEsViZM-4" style="shape=partialRectangle;connectable=0;fillColor=none;top=0;left=0;bottom=0;right=0;editable=1;overflow=hidden;" value="" vertex="1">
          <mxGeometry height="30" width="60" as="geometry">
            <mxRectangle height="30" width="60" as="alternateBounds" />
          </mxGeometry>
        </mxCell>
        <mxCell id="uvC4rZMTxU2wUTEsViZM-6" parent="uvC4rZMTxU2wUTEsViZM-4" style="shape=partialRectangle;connectable=0;fillColor=none;top=0;left=0;bottom=0;right=0;align=left;spacingLeft=6;overflow=hidden;" value="Estado" vertex="1">
          <mxGeometry height="30" width="120" x="60" as="geometry">
            <mxRectangle height="30" width="120" as="alternateBounds" />
          </mxGeometry>
        </mxCell>
        <mxCell id="uvC4rZMTxU2wUTEsViZM-10" parent="KuO97z0jG0dXGiFWksjj-14" style="shape=tableRow;horizontal=0;startSize=0;swimlaneHead=0;swimlaneBody=0;fillColor=none;collapsible=0;dropTarget=0;points=[[0,0.5],[1,0.5]];portConstraint=eastwest;top=0;left=0;right=0;bottom=0;" value="" vertex="1">
          <mxGeometry height="30" width="180" y="150" as="geometry" />
        </mxCell>
        <mxCell id="uvC4rZMTxU2wUTEsViZM-11" parent="uvC4rZMTxU2wUTEsViZM-10" style="shape=partialRectangle;connectable=0;fillColor=none;top=0;left=0;bottom=0;right=0;editable=1;overflow=hidden;" value="" vertex="1">
          <mxGeometry height="30" width="60" as="geometry">
            <mxRectangle height="30" width="60" as="alternateBounds" />
          </mxGeometry>
        </mxCell>
        <mxCell id="uvC4rZMTxU2wUTEsViZM-12" parent="uvC4rZMTxU2wUTEsViZM-10" style="shape=partialRectangle;connectable=0;fillColor=none;top=0;left=0;bottom=0;right=0;align=left;spacingLeft=6;overflow=hidden;" value="Nota" vertex="1">
          <mxGeometry height="30" width="120" x="60" as="geometry">
            <mxRectangle height="30" width="120" as="alternateBounds" />
          </mxGeometry>
        </mxCell>
        <mxCell id="RhbWFgcZv1_LGOOy-G9b-1" parent="1" style="shape=table;startSize=30;container=1;collapsible=1;childLayout=tableLayout;fixedRows=1;rowLines=0;fontStyle=1;align=center;resizeLast=1;html=1;" value="Departamento" vertex="1">
          <mxGeometry height="120" width="180" x="1110" y="332" as="geometry" />
        </mxCell>
        <mxCell id="RhbWFgcZv1_LGOOy-G9b-2" parent="RhbWFgcZv1_LGOOy-G9b-1" style="shape=tableRow;horizontal=0;startSize=0;swimlaneHead=0;swimlaneBody=0;fillColor=none;collapsible=0;dropTarget=0;points=[[0,0.5],[1,0.5]];portConstraint=eastwest;top=0;left=0;right=0;bottom=1;" value="" vertex="1">
          <mxGeometry height="30" width="180" y="30" as="geometry" />
        </mxCell>
        <mxCell id="RhbWFgcZv1_LGOOy-G9b-3" parent="RhbWFgcZv1_LGOOy-G9b-2" style="shape=partialRectangle;connectable=0;fillColor=none;top=0;left=0;bottom=0;right=0;fontStyle=1;overflow=hidden;whiteSpace=wrap;html=1;" value="PK" vertex="1">
          <mxGeometry height="30" width="30" as="geometry">
            <mxRectangle height="30" width="30" as="alternateBounds" />
          </mxGeometry>
        </mxCell>
        <mxCell id="RhbWFgcZv1_LGOOy-G9b-4" parent="RhbWFgcZv1_LGOOy-G9b-2" style="shape=partialRectangle;connectable=0;fillColor=none;top=0;left=0;bottom=0;right=0;align=left;spacingLeft=6;fontStyle=5;overflow=hidden;whiteSpace=wrap;html=1;" value="idDepartamento" vertex="1">
          <mxGeometry height="30" width="150" x="30" as="geometry">
            <mxRectangle height="30" width="150" as="alternateBounds" />
          </mxGeometry>
        </mxCell>
        <mxCell id="RhbWFgcZv1_LGOOy-G9b-5" parent="RhbWFgcZv1_LGOOy-G9b-1" style="shape=tableRow;horizontal=0;startSize=0;swimlaneHead=0;swimlaneBody=0;fillColor=none;collapsible=0;dropTarget=0;points=[[0,0.5],[1,0.5]];portConstraint=eastwest;top=0;left=0;right=0;bottom=0;" value="" vertex="1">
          <mxGeometry height="30" width="180" y="60" as="geometry" />
        </mxCell>
        <mxCell id="RhbWFgcZv1_LGOOy-G9b-6" parent="RhbWFgcZv1_LGOOy-G9b-5" style="shape=partialRectangle;connectable=0;fillColor=none;top=0;left=0;bottom=0;right=0;editable=1;overflow=hidden;whiteSpace=wrap;html=1;" value="" vertex="1">
          <mxGeometry height="30" width="30" as="geometry">
            <mxRectangle height="30" width="30" as="alternateBounds" />
          </mxGeometry>
        </mxCell>
        <mxCell id="RhbWFgcZv1_LGOOy-G9b-7" parent="RhbWFgcZv1_LGOOy-G9b-5" style="shape=partialRectangle;connectable=0;fillColor=none;top=0;left=0;bottom=0;right=0;align=left;spacingLeft=6;overflow=hidden;whiteSpace=wrap;html=1;" value="Nombre" vertex="1">
          <mxGeometry height="30" width="150" x="30" as="geometry">
            <mxRectangle height="30" width="150" as="alternateBounds" />
          </mxGeometry>
        </mxCell>
        <mxCell id="RhbWFgcZv1_LGOOy-G9b-11" parent="RhbWFgcZv1_LGOOy-G9b-1" style="shape=tableRow;horizontal=0;startSize=0;swimlaneHead=0;swimlaneBody=0;fillColor=none;collapsible=0;dropTarget=0;points=[[0,0.5],[1,0.5]];portConstraint=eastwest;top=0;left=0;right=0;bottom=0;" value="" vertex="1">
          <mxGeometry height="30" width="180" y="90" as="geometry" />
        </mxCell>
        <mxCell id="RhbWFgcZv1_LGOOy-G9b-12" parent="RhbWFgcZv1_LGOOy-G9b-11" style="shape=partialRectangle;connectable=0;fillColor=none;top=0;left=0;bottom=0;right=0;editable=1;overflow=hidden;whiteSpace=wrap;html=1;" value="fk" vertex="1">
          <mxGeometry height="30" width="30" as="geometry">
            <mxRectangle height="30" width="30" as="alternateBounds" />
          </mxGeometry>
        </mxCell>
        <mxCell id="RhbWFgcZv1_LGOOy-G9b-13" parent="RhbWFgcZv1_LGOOy-G9b-11" style="shape=partialRectangle;connectable=0;fillColor=none;top=0;left=0;bottom=0;right=0;align=left;spacingLeft=6;overflow=hidden;whiteSpace=wrap;html=1;" value="dni" vertex="1">
          <mxGeometry height="30" width="150" x="30" as="geometry">
            <mxRectangle height="30" width="150" as="alternateBounds" />
          </mxGeometry>
        </mxCell>
        <mxCell id="RhbWFgcZv1_LGOOy-G9b-14" edge="1" parent="1" source="7ocu6WVE3d1pCKjjpxMC-40" style="edgeStyle=orthogonalEdgeStyle;rounded=0;orthogonalLoop=1;jettySize=auto;html=1;exitX=1;exitY=0.5;exitDx=0;exitDy=0;entryX=0;entryY=0.5;entryDx=0;entryDy=0;endArrow=none;endFill=0;startArrow=ERmany;startFill=0;" target="RhbWFgcZv1_LGOOy-G9b-11">
          <mxGeometry relative="1" as="geometry">
            <mxPoint x="1070" y="580" as="targetPoint" />
          </mxGeometry>
        </mxCell>
        <mxCell id="uvC4rZMTxU2wUTEsViZM-13" edge="1" parent="1" source="7ocu6WVE3d1pCKjjpxMC-24" style="edgeStyle=orthogonalEdgeStyle;rounded=0;orthogonalLoop=1;jettySize=auto;html=1;exitX=0;exitY=0.5;exitDx=0;exitDy=0;entryX=0;entryY=0.5;entryDx=0;entryDy=0;endArrow=ERmany;endFill=0;" target="KuO97z0jG0dXGiFWksjj-18">
          <mxGeometry relative="1" as="geometry" />
        </mxCell>
        <mxCell id="uvC4rZMTxU2wUTEsViZM-14" edge="1" parent="1" source="7ocu6WVE3d1pCKjjpxMC-2" style="edgeStyle=orthogonalEdgeStyle;rounded=0;orthogonalLoop=1;jettySize=auto;html=1;exitX=0;exitY=0.5;exitDx=0;exitDy=0;entryX=1;entryY=0.5;entryDx=0;entryDy=0;endArrow=ERmany;endFill=0;" target="KuO97z0jG0dXGiFWksjj-15">
          <mxGeometry relative="1" as="geometry" />
        </mxCell>
        <mxCell id="OugPKNWYor6GMOIcfPqf-1" parent="1" style="shape=table;startSize=30;container=1;collapsible=1;childLayout=tableLayout;fixedRows=1;rowLines=0;fontStyle=1;align=center;resizeLast=1;html=1;" value="Especialidad" vertex="1">
-           <mxGeometry height="90" width="180" x="1320" y="510" as="geometry" />
+           <mxGeometry height="90" width="180" x="1090" y="510" as="geometry" />
        </mxCell>
        <mxCell id="OugPKNWYor6GMOIcfPqf-2" parent="OugPKNWYor6GMOIcfPqf-1" style="shape=tableRow;horizontal=0;startSize=0;swimlaneHead=0;swimlaneBody=0;fillColor=none;collapsible=0;dropTarget=0;points=[[0,0.5],[1,0.5]];portConstraint=eastwest;top=0;left=0;right=0;bottom=1;" value="" vertex="1">
          <mxGeometry height="30" width="180" y="30" as="geometry" />
        </mxCell>
        <mxCell id="OugPKNWYor6GMOIcfPqf-3" parent="OugPKNWYor6GMOIcfPqf-2" style="shape=partialRectangle;connectable=0;fillColor=none;top=0;left=0;bottom=0;right=0;fontStyle=1;overflow=hidden;whiteSpace=wrap;html=1;" value="PK" vertex="1">
          <mxGeometry height="30" width="30" as="geometry">
            <mxRectangle height="30" width="30" as="alternateBounds" />
          </mxGeometry>
        </mxCell>
        <mxCell id="OugPKNWYor6GMOIcfPqf-4" parent="OugPKNWYor6GMOIcfPqf-2" style="shape=partialRectangle;connectable=0;fillColor=none;top=0;left=0;bottom=0;right=0;align=left;spacingLeft=6;fontStyle=5;overflow=hidden;whiteSpace=wrap;html=1;" value="idEspecialidads" vertex="1">
          <mxGeometry height="30" width="150" x="30" as="geometry">
            <mxRectangle height="30" width="150" as="alternateBounds" />
          </mxGeometry>
        </mxCell>
        <mxCell id="OugPKNWYor6GMOIcfPqf-5" parent="OugPKNWYor6GMOIcfPqf-1" style="shape=tableRow;horizontal=0;startSize=0;swimlaneHead=0;swimlaneBody=0;fillColor=none;collapsible=0;dropTarget=0;points=[[0,0.5],[1,0.5]];portConstraint=eastwest;top=0;left=0;right=0;bottom=0;" value="" vertex="1">
          <mxGeometry height="30" width="180" y="60" as="geometry" />
        </mxCell>
        <mxCell id="OugPKNWYor6GMOIcfPqf-6" parent="OugPKNWYor6GMOIcfPqf-5" style="shape=partialRectangle;connectable=0;fillColor=none;top=0;left=0;bottom=0;right=0;editable=1;overflow=hidden;whiteSpace=wrap;html=1;" value="" vertex="1">
          <mxGeometry height="30" width="30" as="geometry">
            <mxRectangle height="30" width="30" as="alternateBounds" />
          </mxGeometry>
        </mxCell>
        <mxCell id="OugPKNWYor6GMOIcfPqf-7" parent="OugPKNWYor6GMOIcfPqf-5" style="shape=partialRectangle;connectable=0;fillColor=none;top=0;left=0;bottom=0;right=0;align=left;spacingLeft=6;overflow=hidden;whiteSpace=wrap;html=1;" value="nombre" vertex="1">
          <mxGeometry height="30" width="150" x="30" as="geometry">
            <mxRectangle height="30" width="150" as="alternateBounds" />
          </mxGeometry>
        </mxCell>
        <mxCell id="OugPKNWYor6GMOIcfPqf-40" edge="1" parent="1" source="7ocu6WVE3d1pCKjjpxMC-40" style="edgeStyle=orthogonalEdgeStyle;rounded=0;orthogonalLoop=1;jettySize=auto;html=1;exitX=1;exitY=0.5;exitDx=0;exitDy=0;endArrow=ERmany;endFill=0;entryX=0;entryY=0.5;entryDx=0;entryDy=0;startArrow=ERmany;startFill=0;" target="OugPKNWYor6GMOIcfPqf-2">
          <mxGeometry relative="1" as="geometry">
            <mxPoint x="1100" y="545" as="targetPoint" />
          </mxGeometry>
        </mxCell>
      </root>
    </mxGraphModel>
  </diagram>
</mxfile>
